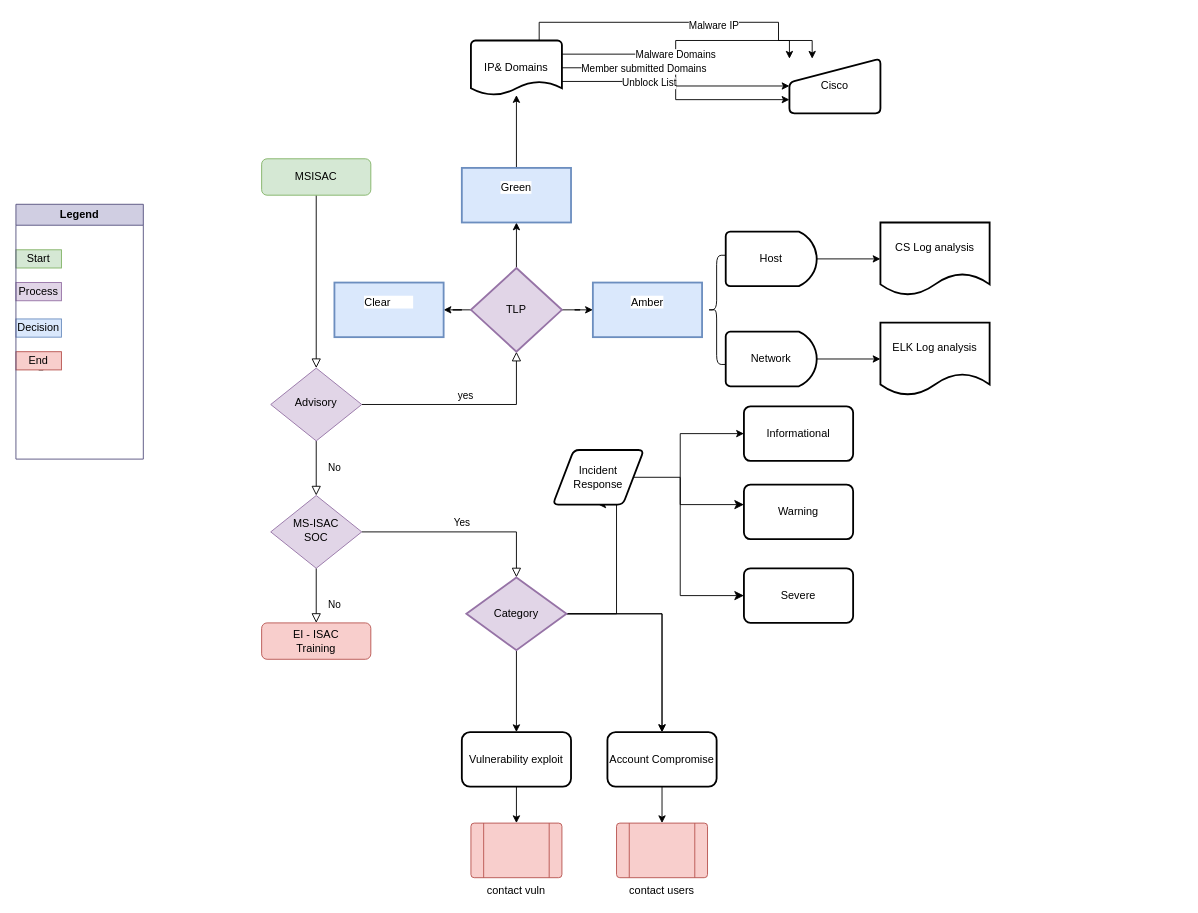
Before: MSProcess.drawio in p1ngpat/p1ngpat, a draw.io diagram. Source tidied: cells renumbered, new cells numbered last; positions are measured from the earlier drawing's top-left corner, leaving out a move shared by most shapes. Both pictures are drawn from the tidied source at 91%, with x=0, y=0 at pixel (15, 22).
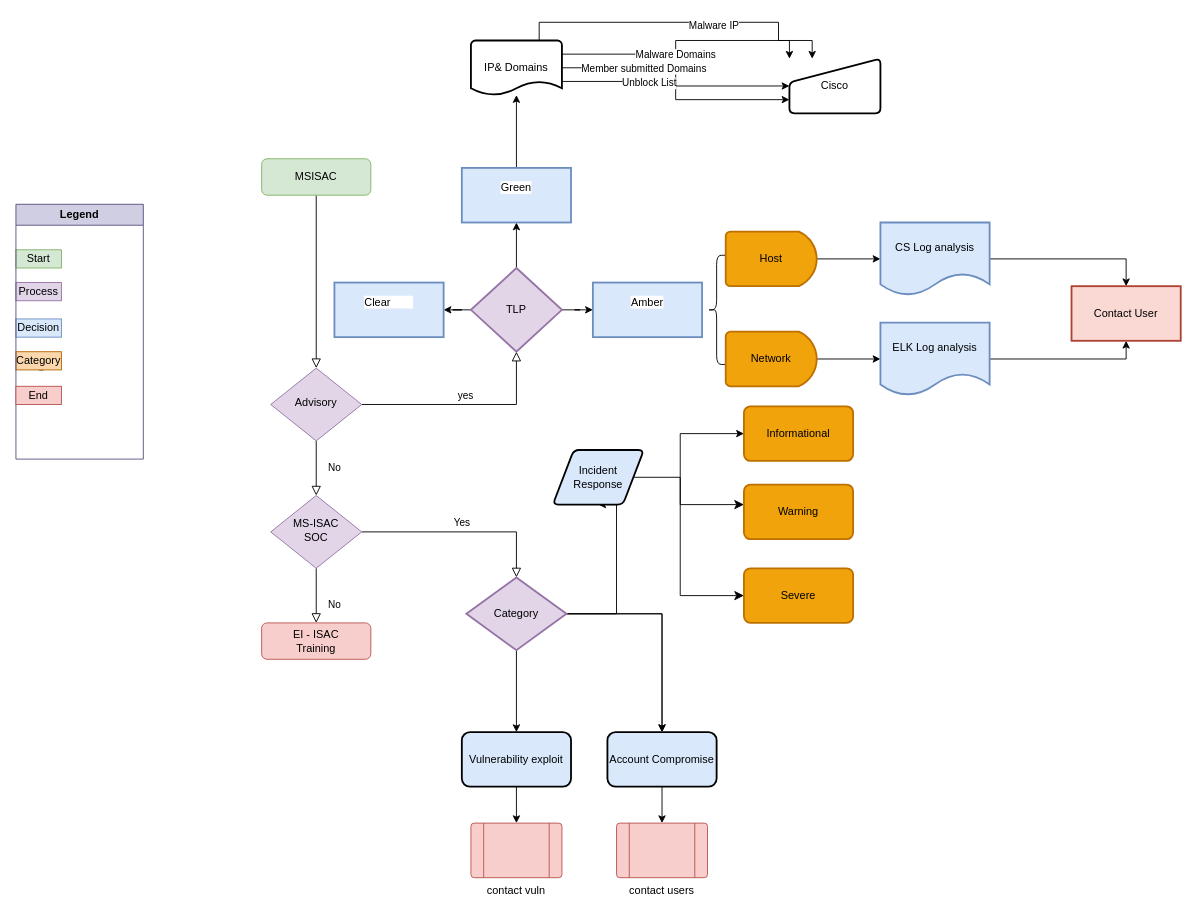
The same page after the edit.

Unchanged cells that the change refers to:
```xml
<mxCell id="59" value="Legend" style="swimlane;whiteSpace=wrap;html=1;fillColor=#d0cee2;strokeColor=#56517e;" parent="1" vertex="1">
  <mxGeometry y="200" width="140" height="280" as="geometry" />
</mxCell>
```

Change to the diagram source:
```diff
@@
-    <mxCell id="25" value="Account Compromise " style="whiteSpace=wrap;html=1;rounded=1;glass=0;strokeWidth=2;shadow=0;" parent="1" vertex="1">
+    <mxCell id="25" value="Account Compromise " style="whiteSpace=wrap;html=1;rounded=1;glass=0;strokeWidth=2;shadow=0;fillColor=#DAE8FC;" parent="1" vertex="1">
       <mxGeometry x="650" y="780" width="120" height="60" as="geometry" />
     </mxCell>
@@
-    <mxCell id="27" value="Vulnerability exploit " style="whiteSpace=wrap;html=1;rounded=1;glass=0;strokeWidth=2;shadow=0;" parent="1" vertex="1">
+    <mxCell id="27" value="Vulnerability exploit " style="whiteSpace=wrap;html=1;rounded=1;glass=0;strokeWidth=2;shadow=0;fillColor=#DAE8FC;" parent="1" vertex="1">
       <mxGeometry x="490" y="780" width="120" height="60" as="geometry" />
     </mxCell>
@@
-    <mxCell id="29" value="Incident Response " style="shape=parallelogram;html=1;strokeWidth=2;perimeter=parallelogramPerimeter;whiteSpace=wrap;rounded=1;arcSize=12;size=0.23;" parent="1" vertex="1">
+    <mxCell id="29" value="Incident Response " style="shape=parallelogram;html=1;strokeWidth=2;perimeter=parallelogramPerimeter;whiteSpace=wrap;rounded=1;arcSize=12;size=0.23;fillColor=#DAE8FC;" parent="1" vertex="1">
       <mxGeometry x="590" y="470" width="100" height="60" as="geometry" />
     </mxCell>
-    <mxCell id="30" value="Informational " style="whiteSpace=wrap;html=1;strokeWidth=2;rounded=1;arcSize=12;" parent="1" vertex="1">
+    <mxCell id="30" value="Informational " style="whiteSpace=wrap;html=1;strokeWidth=2;rounded=1;arcSize=12;fillColor=#f0a30a;fontColor=#000000;strokeColor=#BD7000;" parent="1" vertex="1">
       <mxGeometry x="800" y="422" width="120" height="60" as="geometry" />
     </mxCell>
@@
-    <mxCell id="32" value="Warning " style="whiteSpace=wrap;html=1;strokeWidth=2;rounded=1;arcSize=12;" parent="1" vertex="1">
+    <mxCell id="32" value="Warning " style="whiteSpace=wrap;html=1;strokeWidth=2;rounded=1;arcSize=12;fillColor=#f0a30a;fontColor=#000000;strokeColor=#BD7000;" parent="1" vertex="1">
       <mxGeometry x="800" y="508" width="120" height="60" as="geometry" />
     </mxCell>
-    <mxCell id="33" value="Severe" style="whiteSpace=wrap;html=1;strokeWidth=2;rounded=1;arcSize=12;" parent="1" vertex="1">
+    <mxCell id="33" value="Severe" style="whiteSpace=wrap;html=1;strokeWidth=2;rounded=1;arcSize=12;fillColor=#f0a30a;fontColor=#000000;strokeColor=#BD7000;" parent="1" vertex="1">
       <mxGeometry x="800" y="600" width="120" height="60" as="geometry" />
     </mxCell>
@@
-    <mxCell id="47" value="Host " style="strokeWidth=2;html=1;shape=mxgraph.flowchart.delay;whiteSpace=wrap;" parent="1" vertex="1">
+    <mxCell id="47" value="Host " style="strokeWidth=2;html=1;shape=mxgraph.flowchart.delay;whiteSpace=wrap;fillColor=#f0a30a;fontColor=#000000;strokeColor=#BD7000;" parent="1" vertex="1">
       <mxGeometry x="780" y="230" width="100" height="60" as="geometry" />
     </mxCell>
@@
-    <mxCell id="49" value="Network" style="strokeWidth=2;html=1;shape=mxgraph.flowchart.delay;whiteSpace=wrap;" parent="1" vertex="1">
+    <mxCell id="49" value="Network" style="strokeWidth=2;html=1;shape=mxgraph.flowchart.delay;whiteSpace=wrap;fillColor=#f0a30a;fontColor=#000000;strokeColor=#BD7000;" parent="1" vertex="1">
       <mxGeometry x="780" y="340" width="100" height="60" as="geometry" />
     </mxCell>
@@
+    <mxCell id="60" style="edgeStyle=orthogonalEdgeStyle;rounded=0;jettySize=auto;html=1;entryX=0.5;entryY=0;entryDx=0;entryDy=0;" parent="1" edge="1" source="52" target="63">
+      <mxGeometry relative="1" as="geometry" />
+    </mxCell>
-    <mxCell id="52" value="CS Log analysis " style="shape=document;whiteSpace=wrap;html=1;boundedLbl=1;strokeWidth=2;" parent="1" vertex="1">
+    <mxCell id="52" value="CS Log analysis " style="shape=document;whiteSpace=wrap;html=1;boundedLbl=1;strokeWidth=2;fillColor=#dae8fc;strokeColor=#6c8ebf;" parent="1" vertex="1">
       <mxGeometry x="950" y="220" width="120" height="80" as="geometry" />
     </mxCell>
+    <mxCell id="61" style="edgeStyle=orthogonalEdgeStyle;rounded=0;jettySize=auto;html=1;exitX=1;exitY=0.5;exitDx=0;exitDy=0;entryX=0.5;entryY=1;entryDx=0;entryDy=0;" parent="1" edge="1" source="53" target="63">
+      <mxGeometry relative="1" as="geometry" />
+    </mxCell>
-    <mxCell id="53" value="ELK Log analysis" style="shape=document;whiteSpace=wrap;html=1;boundedLbl=1;strokeWidth=2;" parent="1" vertex="1">
+    <mxCell id="53" value="ELK Log analysis" style="shape=document;whiteSpace=wrap;html=1;boundedLbl=1;strokeWidth=2;fillColor=#dae8fc;strokeColor=#6c8ebf;" parent="1" vertex="1">
       <mxGeometry x="950" y="330" width="120" height="80" as="geometry" />
     </mxCell>
@@
-    <mxCell id="57" value="End" style="rounded=0;whiteSpace=wrap;html=1;fillColor=#f8cecc;strokeColor=#b85450;" parent="1" vertex="1">
+    <mxCell id="57" value="Category" style="rounded=0;whiteSpace=wrap;html=1;fillColor=#fad7ac;strokeColor=#b46504;" parent="1" vertex="1">
       <mxGeometry y="362" width="50" height="20" as="geometry" />
     </mxCell>
@@
+    <mxCell id="62" value="End" style="rounded=0;whiteSpace=wrap;html=1;fillColor=#f8cecc;strokeColor=#b85450;" parent="59" vertex="1">
+      <mxGeometry y="200" width="50" height="20" as="geometry" />
+    </mxCell>
+    <mxCell id="63" value="Contact User" style="whiteSpace=wrap;html=1;strokeWidth=2;fillColor=#fad9d5;strokeColor=#ae4132;" parent="1" vertex="1">
+      <mxGeometry x="1160" y="290" width="120" height="60" as="geometry" />
+    </mxCell>
```
